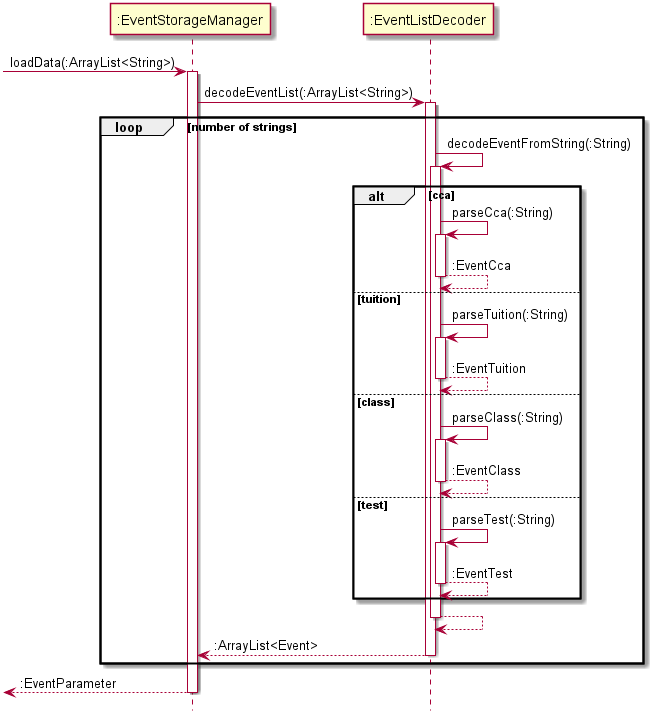
The PlantUML diagram docs/diagram/EventStorageReadSequence.png in untitle4/tp, before a commit. The source it was exported from:
```plantuml
@startuml
hide footbox

-> ":EventStorageManager" : loadData(:ArrayList<String>)
activate ":EventStorageManager"
":EventStorageManager" -> ":EventListDecoder" : decodeEventList(:ArrayList<String>)
activate ":EventListDecoder"

loop number of strings
":EventListDecoder" -> ":EventListDecoder" : decodeEventFromString(:String)
activate ":EventListDecoder"
alt cca
":EventListDecoder" -> ":EventListDecoder" : parseCca(:String)
activate ":EventListDecoder"
":EventListDecoder" --> ":EventListDecoder" : :EventCca
deactivate ":EventListDecoder"
else tuition
":EventListDecoder" -> ":EventListDecoder" : parseTuition(:String)
activate ":EventListDecoder"
":EventListDecoder" --> ":EventListDecoder" : :EventTuition
deactivate ":EventListDecoder"
else class
":EventListDecoder" -> ":EventListDecoder" : parseClass(:String)
activate ":EventListDecoder"
":EventListDecoder" --> ":EventListDecoder" : :EventClass
deactivate ":EventListDecoder"
else test
":EventListDecoder" -> ":EventListDecoder" : parseTest(:String)
activate ":EventListDecoder"
":EventListDecoder" --> ":EventListDecoder" : :EventTest
deactivate ":EventListDecoder"
end alt
":EventListDecoder" --> ":EventListDecoder"
deactivate ":EventListDecoder"
":EventListDecoder" --> ":EventStorageManager" : :ArrayList<Event>
deactivate ":EventListDecoder"
end loop
<-- ":EventStorageManager" : :EventParameter
deactivate ":EventStorageManager"
@enduml
```
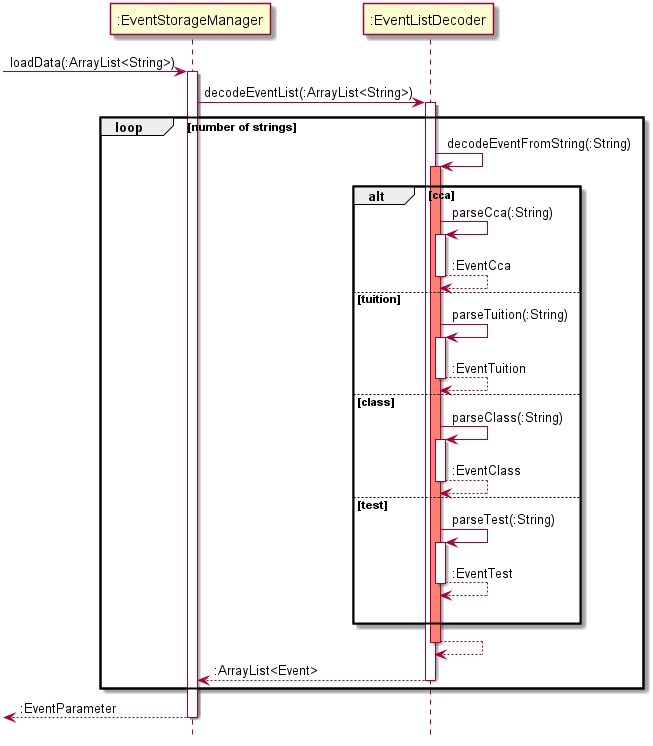
The same diagram one commit later.

Commit message:
Update uml diagram

Diff of the diagram source:
```diff
@@ -8,7 +8,7 @@
 
 loop number of strings
 ":EventListDecoder" -> ":EventListDecoder" : decodeEventFromString(:String)
-activate ":EventListDecoder"
+activate ":EventListDecoder" #salmon
 alt cca
 ":EventListDecoder" -> ":EventListDecoder" : parseCca(:String)
 activate ":EventListDecoder"
@@ -29,6 +29,7 @@
 activate ":EventListDecoder"
 ":EventListDecoder" --> ":EventListDecoder" : :EventTest
 deactivate ":EventListDecoder"
+|||
 end alt
 ":EventListDecoder" --> ":EventListDecoder"
 deactivate ":EventListDecoder"
```
